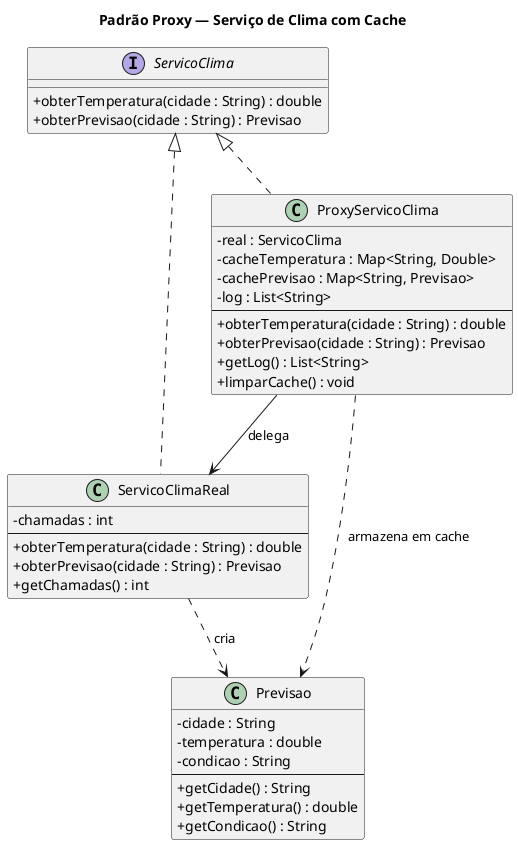
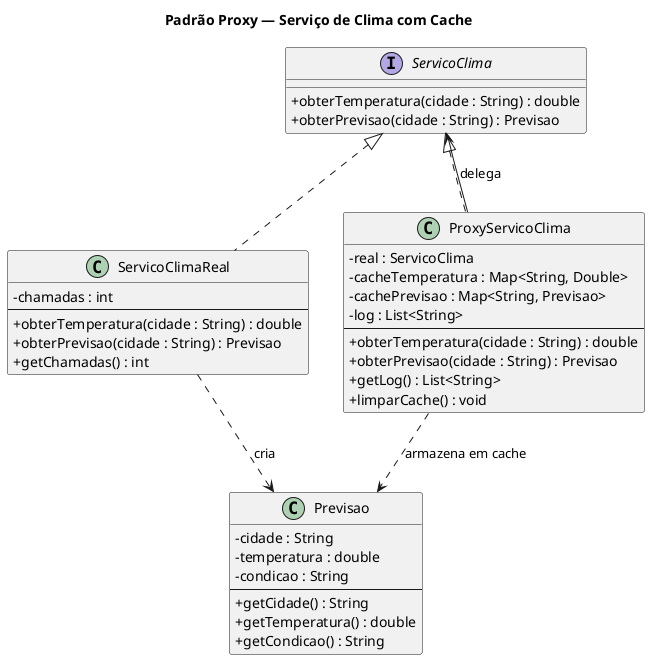
@startuml Proxy

skinparam classAttributeIconSize 0
skinparam monochrome false
skinparam shadowing false

title Padrão Proxy — Serviço de Clima com Cache

interface ServicoClima {
    + obterTemperatura(cidade : String) : double
    + obterPrevisao(cidade : String) : Previsao
}

class Previsao {
    - cidade : String
    - temperatura : double
    - condicao : String
    --
    + getCidade() : String
    + getTemperatura() : double
    + getCondicao() : String
}

class ServicoClimaReal {
    - chamadas : int
    --
    + obterTemperatura(cidade : String) : double
    + obterPrevisao(cidade : String) : Previsao
    + getChamadas() : int
}

class ProxyServicoClima {
    - real : ServicoClima
    - cacheTemperatura : Map<String, Double>
    - cachePrevisao : Map<String, Previsao>
    - log : List<String>
    --
    + obterTemperatura(cidade : String) : double
    + obterPrevisao(cidade : String) : Previsao
    + getLog() : List<String>
    + limparCache() : void
}

ServicoClima <|.. ServicoClimaReal
ServicoClima <|.. ProxyServicoClima
- ProxyServicoClima --> ServicoClimaReal : delega
+ ProxyServicoClima --> ServicoClima : delega
ProxyServicoClima ..> Previsao : armazena em cache
ServicoClimaReal ..> Previsao : cria

@enduml
